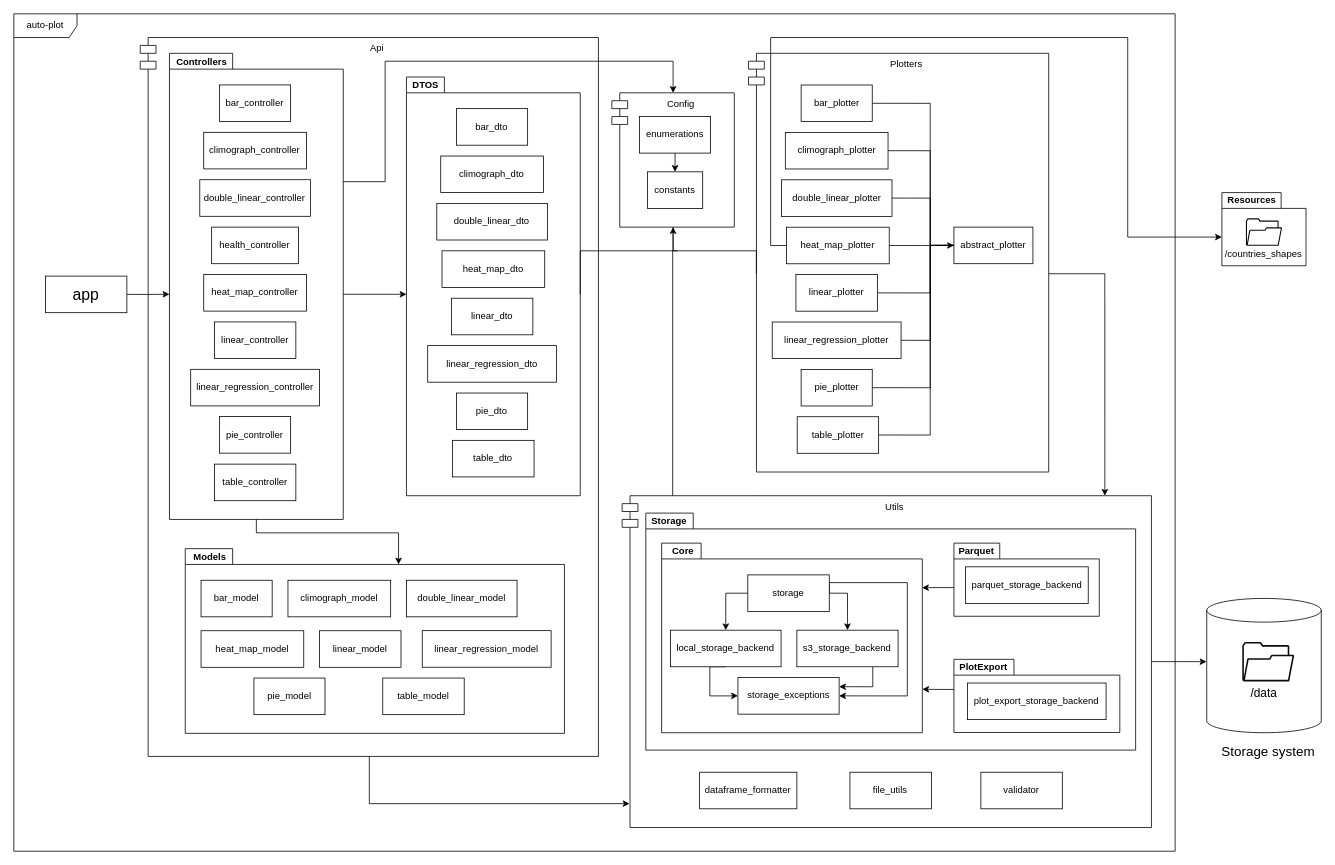
Before: auto-plot/Documentation/plantuml/general_components.drawio in cfkr-dev/aemet_spark_study, a draw.io diagram. Source tidied: cells renumbered, new cells numbered last; positions are measured from the earlier drawing's top-left corner, leaving out a move shared by most shapes. Both pictures are drawn from the tidied source at 79%, with x=0, y=0 at pixel (13, 13).
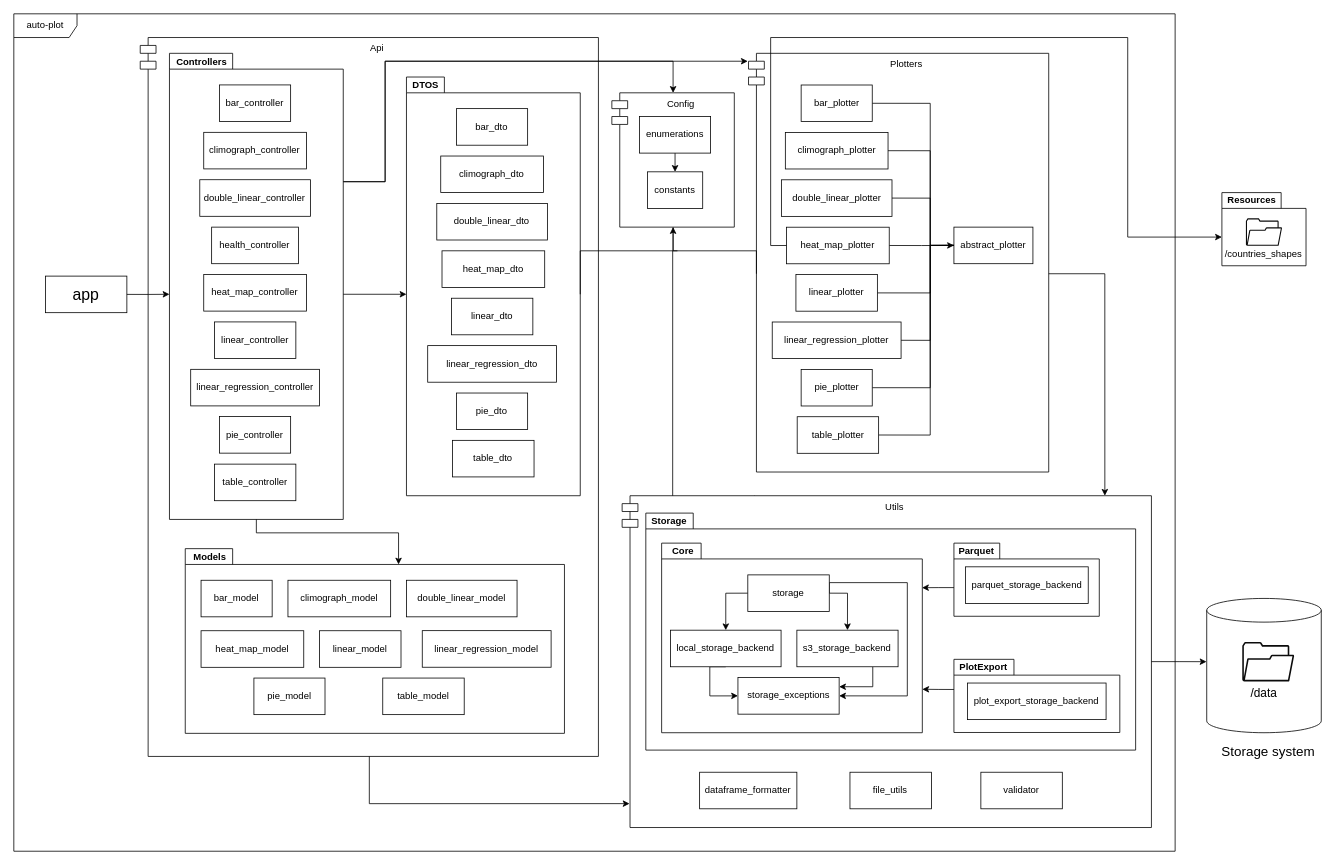
After the change.

Commit message (it also covers changes not shown here):
auto-plot general components diagram fix

The change refers to these unchanged cells:
```xml
<mxCell id="12" value="Controllers" style="shape=folder;fontStyle=1;spacingTop=10;tabWidth=80;tabHeight=20;tabPosition=left;html=1;whiteSpace=wrap;labelPosition=left;verticalLabelPosition=top;align=right;verticalAlign=bottom;spacingLeft=0;spacingBottom=-20;spacingRight=-75;" parent="1" vertex="1">
  <mxGeometry x="197" y="50" width="220" height="590" as="geometry" />
</mxCell>
```

The edit, as a diff of the source:
```diff
@@
+    <mxCell id="98" style="edgeStyle=orthogonalEdgeStyle;rounded=0;jettySize=auto;html=1;exitX=0;exitY=0;exitDx=220;exitDy=162.5;exitPerimeter=0;" parent="1" edge="1" source="12">
+      <mxGeometry relative="1" as="geometry">
+        <mxPoint x="929" y="60" as="targetPoint" />
+        <Array as="points">
+          <mxPoint x="470" y="213" />
+          <mxPoint x="470" y="60" />
+        </Array>
+      </mxGeometry>
+    </mxCell>
```
